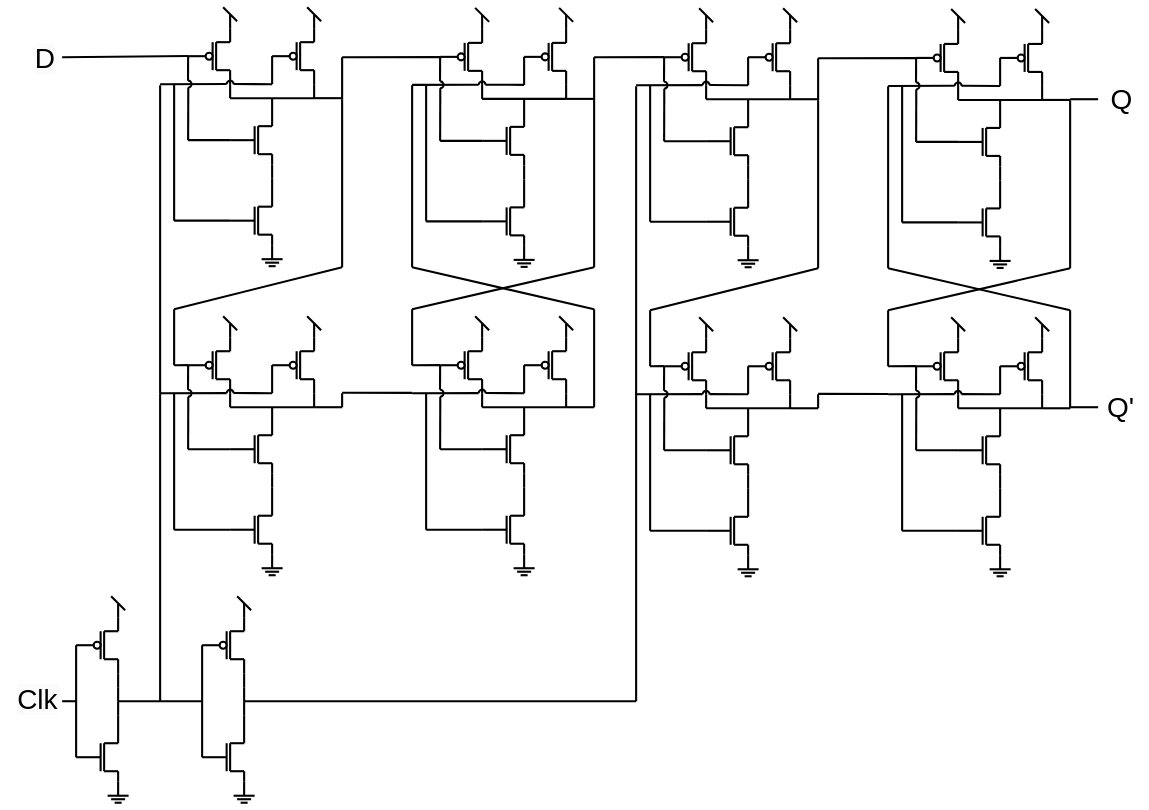
Earlier version of the draw.io diagram D-FlipFlop.drawio (Larshalvorhansen/icProsjekt). Source tidied: cells renumbered, new cells numbered last; positions are measured from the earlier drawing's top-left corner, leaving out a move shared by most shapes. Both pictures are drawn from the tidied source at 35%, with x=0, y=0 at pixel (16, 7).
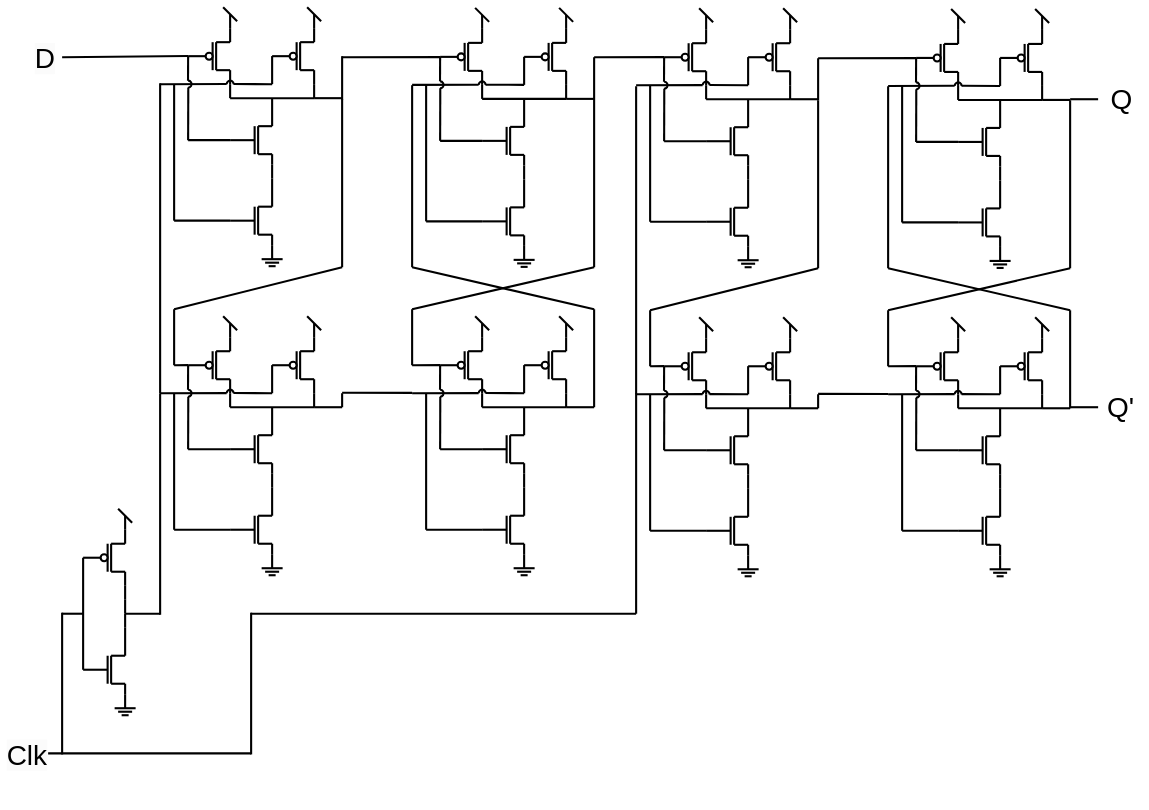
After the change.

What changed in the source:
```diff
@@
     <mxCell id="2" style="endArrow=none;html=1;rounded=0;strokeWidth=6;" parent="1" edge="1">
       <mxGeometry relative="1" as="geometry">
-        <mxPoint x="290" y="1783" as="sourcePoint" />
-        <mxPoint x="290" y="1743" as="targetPoint" />
+        <mxPoint x="310" y="1533" as="sourcePoint" />
+        <mxPoint x="310" y="1493" as="targetPoint" />
       </mxGeometry>
     </mxCell>
     <mxCell id="3" style="endArrow=none;html=1;rounded=0;strokeWidth=6;" parent="1" edge="1">
       <mxGeometry relative="1" as="geometry">
-        <mxPoint x="250" y="1863" as="sourcePoint" />
-        <mxPoint x="250" y="1783" as="targetPoint" />
+        <mxPoint x="270" y="1613" as="sourcePoint" />
+        <mxPoint x="270" y="1533" as="targetPoint" />
         <Array as="points">
-          <mxPoint x="250" y="1813" />
+          <mxPoint x="270" y="1563" />
         </Array>
       </mxGeometry>
     </mxCell>
     <mxCell id="4" style="endArrow=none;html=1;rounded=0;strokeWidth=6;" parent="1" edge="1">
       <mxGeometry relative="1" as="geometry">
-        <mxPoint x="240" y="1863" as="sourcePoint" />
-        <mxPoint x="240" y="1783" as="targetPoint" />
+        <mxPoint x="260" y="1613" as="sourcePoint" />
+        <mxPoint x="260" y="1533" as="targetPoint" />
         <Array as="points">
-          <mxPoint x="240" y="1813" />
+          <mxPoint x="260" y="1563" />
         </Array>
       </mxGeometry>
     </mxCell>
     <mxCell id="5" style="endArrow=none;html=1;rounded=0;strokeWidth=6;" parent="1" edge="1">
       <mxGeometry relative="1" as="geometry">
-        <mxPoint x="290" y="1783" as="sourcePoint" />
-        <mxPoint x="250" y="1783" as="targetPoint" />
+        <mxPoint x="310" y="1533" as="sourcePoint" />
+        <mxPoint x="270" y="1533" as="targetPoint" />
       </mxGeometry>
     </mxCell>
     <mxCell id="6" style="endArrow=none;html=1;rounded=0;strokeWidth=6;" parent="1" edge="1">
       <mxGeometry relative="1" as="geometry">
-        <mxPoint x="290" y="1903" as="sourcePoint" />
-        <mxPoint x="290" y="1863" as="targetPoint" />
+        <mxPoint x="310" y="1653" as="sourcePoint" />
+        <mxPoint x="310" y="1613" as="targetPoint" />
       </mxGeometry>
     </mxCell>
     <mxCell id="7" style="endArrow=none;html=1;rounded=0;strokeWidth=6;" parent="1" edge="1">
       <mxGeometry relative="1" as="geometry">
-        <mxPoint x="290" y="1863" as="sourcePoint" />
-        <mxPoint x="250" y="1863" as="targetPoint" />
+        <mxPoint x="310" y="1613" as="sourcePoint" />
+        <mxPoint x="270" y="1613" as="targetPoint" />
       </mxGeometry>
     </mxCell>
     <mxCell id="8" style="endArrow=none;html=1;rounded=0;strokeWidth=6;" parent="1" edge="1">
       <mxGeometry relative="1" as="geometry">
-        <mxPoint x="220" y="1823" as="sourcePoint" />
-        <mxPoint x="170" y="1823" as="targetPoint" />
+        <mxPoint x="240" y="1573" as="sourcePoint" />
+        <mxPoint x="190" y="1573" as="targetPoint" />
       </mxGeometry>
     </mxCell>
     <mxCell id="9" style="ellipse;whiteSpace=wrap;html=1;strokeWidth=6;" parent="1" vertex="1">
-      <mxGeometry x="220" y="1813" width="20" height="20" as="geometry" />
+      <mxGeometry x="240" y="1563" width="20" height="20" as="geometry" />
     </mxCell>
     <mxCell id="10" style="endArrow=none;html=1;rounded=0;strokeWidth=6;" parent="1" edge="1">
       <mxGeometry relative="1" as="geometry">
-        <mxPoint x="290" y="2103" as="sourcePoint" />
-        <mxPoint x="290" y="2023" as="targetPoint" />
+        <mxPoint x="310" y="1853" as="sourcePoint" />
+        <mxPoint x="310" y="1773" as="targetPoint" />
       </mxGeometry>
     </mxCell>
     <mxCell id="11" style="endArrow=none;html=1;rounded=0;strokeWidth=6;" parent="1" edge="1">
       <mxGeometry relative="1" as="geometry">
-        <mxPoint x="250" y="2183" as="sourcePoint" />
-        <mxPoint x="250" y="2103" as="targetPoint" />
+        <mxPoint x="270" y="1933" as="sourcePoint" />
+        <mxPoint x="270" y="1853" as="targetPoint" />
         <Array as="points">
-          <mxPoint x="250" y="2133" />
+          <mxPoint x="270" y="1883" />
         </Array>
       </mxGeometry>
     </mxCell>
     <mxCell id="12" style="endArrow=none;html=1;rounded=0;strokeWidth=6;" parent="1" edge="1">
       <mxGeometry relative="1" as="geometry">
-        <mxPoint x="240" y="2183" as="sourcePoint" />
-        <mxPoint x="240" y="2103" as="targetPoint" />
+        <mxPoint x="260" y="1933" as="sourcePoint" />
+        <mxPoint x="260" y="1853" as="targetPoint" />
         <Array as="points">
-          <mxPoint x="240" y="2133" />
+          <mxPoint x="260" y="1883" />
         </Array>
       </mxGeometry>
     </mxCell>
     <mxCell id="13" style="endArrow=none;html=1;rounded=0;strokeWidth=6;" parent="1" edge="1">
       <mxGeometry relative="1" as="geometry">
-        <mxPoint x="290" y="2103" as="sourcePoint" />
-        <mxPoint x="250" y="2103" as="targetPoint" />
+        <mxPoint x="310" y="1853" as="sourcePoint" />
+        <mxPoint x="270" y="1853" as="targetPoint" />
       </mxGeometry>
     </mxCell>
     <mxCell id="14" style="endArrow=none;html=1;rounded=0;strokeWidth=6;" parent="1" edge="1">
       <mxGeometry relative="1" as="geometry">
-        <mxPoint x="290" y="2213" as="sourcePoint" />
-        <mxPoint x="290" y="2183" as="targetPoint" />
+        <mxPoint x="310" y="1963" as="sourcePoint" />
+        <mxPoint x="310" y="1933" as="targetPoint" />
       </mxGeometry>
     </mxCell>
     <mxCell id="15" style="endArrow=none;html=1;rounded=0;strokeWidth=6;" parent="1" edge="1">
       <mxGeometry relative="1" as="geometry">
-        <mxPoint x="290" y="2183" as="sourcePoint" />
-        <mxPoint x="250" y="2183" as="targetPoint" />
+        <mxPoint x="310" y="1933" as="sourcePoint" />
+        <mxPoint x="270" y="1933" as="targetPoint" />
       </mxGeometry>
     </mxCell>
     <mxCell id="16" style="endArrow=none;html=1;rounded=0;strokeWidth=6;" parent="1" edge="1">
       <mxGeometry relative="1" as="geometry">
-        <mxPoint x="240" y="2143" as="sourcePoint" />
-        <mxPoint x="170" y="2143" as="targetPoint" />
+        <mxPoint x="260" y="1893" as="sourcePoint" />
+        <mxPoint x="190" y="1893" as="targetPoint" />
       </mxGeometry>
     </mxCell>
     <mxCell id="17" style="endArrow=none;html=1;rounded=0;strokeWidth=6;" parent="1" edge="1">
       <mxGeometry relative="1" as="geometry">
-        <mxPoint x="290" y="1703" as="sourcePoint" />
-        <mxPoint x="290" y="1743" as="targetPoint" />
+        <mxPoint x="310" y="1453" as="sourcePoint" />
+        <mxPoint x="310" y="1493" as="targetPoint" />
       </mxGeometry>
     </mxCell>
     <mxCell id="18" style="endArrow=none;html=1;rounded=0;strokeWidth=6;" parent="1" edge="1">
       <mxGeometry relative="1" as="geometry">
-        <mxPoint x="270" y="1683" as="sourcePoint" />
-        <mxPoint x="310" y="1723" as="targetPoint" />
+        <mxPoint x="290" y="1433" as="sourcePoint" />
+        <mxPoint x="330" y="1473" as="targetPoint" />
       </mxGeometry>
     </mxCell>
     <mxCell id="19" style="endArrow=none;html=1;rounded=0;strokeWidth=6;" parent="1" edge="1">
       <mxGeometry relative="1" as="geometry">
-        <mxPoint x="290" y="2253" as="sourcePoint" />
-        <mxPoint x="290" y="2213" as="targetPoint" />
+        <mxPoint x="310" y="2003" as="sourcePoint" />
+        <mxPoint x="310" y="1963" as="targetPoint" />
       </mxGeometry>
     </mxCell>
     <mxCell id="20" style="endArrow=none;html=1;rounded=0;strokeWidth=6;" parent="1" edge="1">
       <mxGeometry relative="1" as="geometry">
-        <mxPoint x="260" y="2253" as="sourcePoint" />
-        <mxPoint x="320" y="2253" as="targetPoint" />
+        <mxPoint x="280" y="2003" as="sourcePoint" />
+        <mxPoint x="340" y="2003" as="targetPoint" />
       </mxGeometry>
     </mxCell>
     <mxCell id="21" style="endArrow=none;html=1;rounded=0;strokeWidth=6;" parent="1" edge="1">
       <mxGeometry relative="1" as="geometry">
-        <mxPoint x="280" y="2273" as="sourcePoint" />
-        <mxPoint x="300" y="2273" as="targetPoint" />
+        <mxPoint x="300" y="2023" as="sourcePoint" />
+        <mxPoint x="320" y="2023" as="targetPoint" />
       </mxGeometry>
     </mxCell>
     <mxCell id="22" style="endArrow=none;html=1;rounded=0;strokeWidth=6;" parent="1" edge="1">
       <mxGeometry relative="1" as="geometry">
-        <mxPoint x="290" y="2273" as="sourcePoint" />
-        <mxPoint x="290" y="2273" as="targetPoint" />
+        <mxPoint x="310" y="2023" as="sourcePoint" />
+        <mxPoint x="310" y="2023" as="targetPoint" />
       </mxGeometry>
     </mxCell>
     <mxCell id="23" style="endArrow=none;html=1;rounded=0;strokeWidth=6;" parent="1" edge="1">
       <mxGeometry relative="1" as="geometry">
-        <mxPoint x="270" y="2263" as="sourcePoint" />
-        <mxPoint x="310" y="2263" as="targetPoint" />
+        <mxPoint x="290" y="2013" as="sourcePoint" />
+        <mxPoint x="330" y="2013" as="targetPoint" />
       </mxGeometry>
     </mxCell>
     <mxCell id="24" style="endArrow=none;html=1;rounded=0;strokeWidth=6;" parent="1" edge="1">
       <mxGeometry relative="1" as="geometry">
-        <mxPoint x="290" y="1943" as="sourcePoint" />
-        <mxPoint x="290" y="1903" as="targetPoint" />
+        <mxPoint x="310" y="1693" as="sourcePoint" />
+        <mxPoint x="310" y="1653" as="targetPoint" />
       </mxGeometry>
     </mxCell>
     <mxCell id="25" style="endArrow=none;html=1;rounded=0;strokeWidth=6;" parent="1" edge="1">
       <mxGeometry relative="1" as="geometry">
-        <mxPoint x="170" y="2143" as="sourcePoint" />
-        <mxPoint x="170" y="1823" as="targetPoint" />
+        <mxPoint x="190" y="1893" as="sourcePoint" />
+        <mxPoint x="190" y="1573" as="targetPoint" />
       </mxGeometry>
     </mxCell>
     <mxCell id="26" style="endArrow=none;html=1;rounded=0;strokeWidth=6;" parent="1" edge="1">
       <mxGeometry relative="1" as="geometry">
-        <mxPoint x="130" y="1983" as="sourcePoint" />
-        <mxPoint x="170" y="1983" as="targetPoint" />
+        <mxPoint x="130" y="1733" as="sourcePoint" />
+        <mxPoint x="190" y="1733" as="targetPoint" />
       </mxGeometry>
     </mxCell>
     <mxCell id="27" style="endArrow=none;html=1;rounded=0;strokeWidth=6;" parent="1" edge="1">
       <mxGeometry relative="1" as="geometry">
-        <mxPoint x="290" y="1983" as="sourcePoint" />
-        <mxPoint x="290" y="1943" as="targetPoint" />
+        <mxPoint x="310" y="1733" as="sourcePoint" />
+        <mxPoint x="310" y="1693" as="targetPoint" />
       </mxGeometry>
     </mxCell>
     <mxCell id="28" style="endArrow=none;html=1;rounded=0;strokeWidth=6;" parent="1" edge="1">
       <mxGeometry relative="1" as="geometry">
-        <mxPoint x="290" y="1983" as="sourcePoint" />
-        <mxPoint x="290" y="2023" as="targetPoint" />
+        <mxPoint x="310" y="1733" as="sourcePoint" />
+        <mxPoint x="310" y="1773" as="targetPoint" />
       </mxGeometry>
     </mxCell>
     <mxCell id="29" style="endArrow=none;html=1;rounded=0;strokeWidth=6;" parent="1" edge="1">
       <mxGeometry relative="1" as="geometry">
-        <mxPoint x="410" y="1983" as="sourcePoint" />
-        <mxPoint x="290" y="1983" as="targetPoint" />
+        <mxPoint x="410" y="1733" as="sourcePoint" />
+        <mxPoint x="310" y="1733" as="targetPoint" />
       </mxGeometry>
     </mxCell>
-    <mxCell id="30" style="endArrow=none;html=1;rounded=0;strokeWidth=6;" parent="1" edge="1">
-      <mxGeometry relative="1" as="geometry">
-        <mxPoint x="650" y="1783" as="sourcePoint" />
-        <mxPoint x="650" y="1743" as="targetPoint" />
-      </mxGeometry>
-    </mxCell>
-    <mxCell id="31" style="endArrow=none;html=1;rounded=0;strokeWidth=6;" parent="1" edge="1">
-      <mxGeometry relative="1" as="geometry">
-        <mxPoint x="610" y="1863" as="sourcePoint" />
-        <mxPoint x="610" y="1783" as="targetPoint" />
-        <Array as="points">
-          <mxPoint x="610" y="1813" />
-        </Array>
-      </mxGeometry>
-    </mxCell>
-    <mxCell id="32" style="endArrow=none;html=1;rounded=0;strokeWidth=6;" parent="1" edge="1">
-      <mxGeometry relative="1" as="geometry">
-        <mxPoint x="600" y="1863" as="sourcePoint" />
-        <mxPoint x="600" y="1783" as="targetPoint" />
-        <Array as="points">
-          <mxPoint x="600" y="1813" />
-        </Array>
-      </mxGeometry>
-    </mxCell>
-    <mxCell id="33" style="endArrow=none;html=1;rounded=0;strokeWidth=6;" parent="1" edge="1">
-      <mxGeometry relative="1" as="geometry">
-        <mxPoint x="650" y="1783" as="sourcePoint" />
-        <mxPoint x="610" y="1783" as="targetPoint" />
-      </mxGeometry>
-    </mxCell>
-    <mxCell id="34" style="endArrow=none;html=1;rounded=0;strokeWidth=6;" parent="1" edge="1">
-      <mxGeometry relative="1" as="geometry">
-        <mxPoint x="650" y="1903" as="sourcePoint" />
-        <mxPoint x="650" y="1863" as="targetPoint" />
-      </mxGeometry>
-    </mxCell>
-    <mxCell id="35" style="endArrow=none;html=1;rounded=0;strokeWidth=6;" parent="1" edge="1">
-      <mxGeometry relative="1" as="geometry">
-        <mxPoint x="650" y="1863" as="sourcePoint" />
-        <mxPoint x="610" y="1863" as="targetPoint" />
-      </mxGeometry>
-    </mxCell>
-    <mxCell id="36" style="endArrow=none;html=1;rounded=0;strokeWidth=6;" parent="1" edge="1">
-      <mxGeometry relative="1" as="geometry">
-        <mxPoint x="580" y="1823" as="sourcePoint" />
-        <mxPoint x="530" y="1823" as="targetPoint" />
-      </mxGeometry>
-    </mxCell>
-    <mxCell id="37" style="ellipse;whiteSpace=wrap;html=1;strokeWidth=6;" parent="1" vertex="1">
-      <mxGeometry x="580" y="1813" width="20" height="20" as="geometry" />
-    </mxCell>
-    <mxCell id="38" style="endArrow=none;html=1;rounded=0;strokeWidth=6;" parent="1" edge="1">
-      <mxGeometry relative="1" as="geometry">
-        <mxPoint x="650" y="2103" as="sourcePoint" />
-        <mxPoint x="650" y="2023" as="targetPoint" />
-      </mxGeometry>
-    </mxCell>
-    <mxCell id="39" style="endArrow=none;html=1;rounded=0;strokeWidth=6;" parent="1" edge="1">
-      <mxGeometry relative="1" as="geometry">
-        <mxPoint x="610" y="2183" as="sourcePoint" />
-        <mxPoint x="610" y="2103" as="targetPoint" />
-        <Array as="points">
-          <mxPoint x="610" y="2133" />
-        </Array>
-      </mxGeometry>
-    </mxCell>
-    <mxCell id="40" style="endArrow=none;html=1;rounded=0;strokeWidth=6;" parent="1" edge="1">
-      <mxGeometry relative="1" as="geometry">
-        <mxPoint x="600" y="2183" as="sourcePoint" />
-        <mxPoint x="600" y="2103" as="targetPoint" />
-        <Array as="points">
-          <mxPoint x="600" y="2133" />
-        </Array>
-      </mxGeometry>
-    </mxCell>
-    <mxCell id="41" style="endArrow=none;html=1;rounded=0;strokeWidth=6;" parent="1" edge="1">
-      <mxGeometry relative="1" as="geometry">
-        <mxPoint x="650" y="2103" as="sourcePoint" />
-        <mxPoint x="610" y="2103" as="targetPoint" />
-      </mxGeometry>
-    </mxCell>
-    <mxCell id="42" style="endArrow=none;html=1;rounded=0;strokeWidth=6;" parent="1" edge="1">
-      <mxGeometry relative="1" as="geometry">
-        <mxPoint x="650" y="2213" as="sourcePoint" />
-        <mxPoint x="650" y="2183" as="targetPoint" />
-      </mxGeometry>
-    </mxCell>
-    <mxCell id="43" style="endArrow=none;html=1;rounded=0;strokeWidth=6;" parent="1" edge="1">
-      <mxGeometry relative="1" as="geometry">
-        <mxPoint x="650" y="2183" as="sourcePoint" />
-        <mxPoint x="610" y="2183" as="targetPoint" />
-      </mxGeometry>
-    </mxCell>
-    <mxCell id="44" style="endArrow=none;html=1;rounded=0;strokeWidth=6;" parent="1" edge="1">
-      <mxGeometry relative="1" as="geometry">
-        <mxPoint x="600" y="2143" as="sourcePoint" />
-        <mxPoint x="530" y="2143" as="targetPoint" />
-      </mxGeometry>
-    </mxCell>
-    <mxCell id="45" style="endArrow=none;html=1;rounded=0;strokeWidth=6;" parent="1" edge="1">
-      <mxGeometry relative="1" as="geometry">
-        <mxPoint x="650" y="1703" as="sourcePoint" />
-        <mxPoint x="650" y="1743" as="targetPoint" />
-      </mxGeometry>
-    </mxCell>
-    <mxCell id="46" style="endArrow=none;html=1;rounded=0;strokeWidth=6;" parent="1" edge="1">
-      <mxGeometry relative="1" as="geometry">
-        <mxPoint x="630" y="1683" as="sourcePoint" />
-        <mxPoint x="670" y="1723" as="targetPoint" />
-      </mxGeometry>
-    </mxCell>
-    <mxCell id="47" style="endArrow=none;html=1;rounded=0;strokeWidth=6;" parent="1" edge="1">
-      <mxGeometry relative="1" as="geometry">
-        <mxPoint x="650" y="2253" as="sourcePoint" />
-        <mxPoint x="650" y="2213" as="targetPoint" />
-      </mxGeometry>
-    </mxCell>
-    <mxCell id="48" style="endArrow=none;html=1;rounded=0;strokeWidth=6;" parent="1" edge="1">
-      <mxGeometry relative="1" as="geometry">
-        <mxPoint x="620" y="2253" as="sourcePoint" />
-        <mxPoint x="680" y="2253" as="targetPoint" />
-      </mxGeometry>
-    </mxCell>
-    <mxCell id="49" style="endArrow=none;html=1;rounded=0;strokeWidth=6;" parent="1" edge="1">
-      <mxGeometry relative="1" as="geometry">
-        <mxPoint x="640" y="2273" as="sourcePoint" />
-        <mxPoint x="660" y="2273" as="targetPoint" />
-      </mxGeometry>
-    </mxCell>
-    <mxCell id="50" style="endArrow=none;html=1;rounded=0;strokeWidth=6;" parent="1" edge="1">
-      <mxGeometry relative="1" as="geometry">
-        <mxPoint x="650" y="2273" as="sourcePoint" />
-        <mxPoint x="650" y="2273" as="targetPoint" />
-      </mxGeometry>
-    </mxCell>
-    <mxCell id="51" style="endArrow=none;html=1;rounded=0;strokeWidth=6;" parent="1" edge="1">
-      <mxGeometry relative="1" as="geometry">
-        <mxPoint x="630" y="2263" as="sourcePoint" />
-        <mxPoint x="670" y="2263" as="targetPoint" />
-      </mxGeometry>
-    </mxCell>
-    <mxCell id="52" style="endArrow=none;html=1;rounded=0;strokeWidth=6;" parent="1" edge="1">
-      <mxGeometry relative="1" as="geometry">
-        <mxPoint x="650" y="1943" as="sourcePoint" />
-        <mxPoint x="650" y="1903" as="targetPoint" />
-      </mxGeometry>
-    </mxCell>
-    <mxCell id="53" style="endArrow=none;html=1;rounded=0;strokeWidth=6;" parent="1" edge="1">
-      <mxGeometry relative="1" as="geometry">
-        <mxPoint x="530" y="2143" as="sourcePoint" />
-        <mxPoint x="530" y="1823" as="targetPoint" />
-      </mxGeometry>
-    </mxCell>
-    <mxCell id="54" style="endArrow=none;html=1;rounded=0;strokeWidth=6;" parent="1" edge="1">
-      <mxGeometry relative="1" as="geometry">
-        <mxPoint x="410" y="1983" as="sourcePoint" />
-        <mxPoint x="530" y="1983" as="targetPoint" />
-      </mxGeometry>
-    </mxCell>
-    <mxCell id="55" style="endArrow=none;html=1;rounded=0;strokeWidth=6;" parent="1" edge="1">
-      <mxGeometry relative="1" as="geometry">
-        <mxPoint x="650" y="1983" as="sourcePoint" />
-        <mxPoint x="650" y="1943" as="targetPoint" />
-      </mxGeometry>
-    </mxCell>
-    <mxCell id="56" style="endArrow=none;html=1;rounded=0;strokeWidth=6;" parent="1" edge="1">
-      <mxGeometry relative="1" as="geometry">
-        <mxPoint x="650" y="1983" as="sourcePoint" />
-        <mxPoint x="650" y="2023" as="targetPoint" />
-      </mxGeometry>
-    </mxCell>
     <mxCell id="57" style="endArrow=none;html=1;rounded=0;strokeWidth=6;" parent="1" edge="1">
       <mxGeometry relative="1" as="geometry">
-        <mxPoint x="1770" y="1983" as="sourcePoint" />
-        <mxPoint x="650" y="1983" as="targetPoint" />
+        <mxPoint x="1770" y="1733" as="sourcePoint" />
+        <mxPoint x="670" y="1733" as="targetPoint" />
       </mxGeometry>
     </mxCell>
     <mxCell id="58" style="endArrow=none;html=1;rounded=0;strokeWidth=6;" parent="1" edge="1">
       <mxGeometry relative="1" as="geometry">
-        <mxPoint x="410" y="1983" as="sourcePoint" />
+        <mxPoint x="410" y="1736" as="sourcePoint" />
         <mxPoint x="410" y="1103" as="targetPoint" />
       </mxGeometry>
     </mxCell>
@@
     <mxCell id="171" style="endArrow=none;html=1;rounded=0;strokeWidth=6;" parent="1" edge="1">
       <mxGeometry relative="1" as="geometry">
-        <mxPoint x="410" y="1103" as="sourcePoint" />
-        <mxPoint x="410" y="223" as="targetPoint" />
+        <mxPoint x="410" y="1102" as="sourcePoint" />
+        <mxPoint x="410" y="217" as="targetPoint" />
       </mxGeometry>
     </mxCell>
@@
     <mxCell id="287" style="endArrow=none;html=1;rounded=0;strokeWidth=6;" parent="1" edge="1">
       <mxGeometry relative="1" as="geometry">
-        <mxPoint x="930" y="143" as="sourcePoint" />
-        <mxPoint x="930" y="263" as="targetPoint" />
+        <mxPoint x="930" y="140" as="sourcePoint" />
+        <mxPoint x="930" y="265" as="targetPoint" />
       </mxGeometry>
     </mxCell>
@@
     <mxCell id="533" style="endArrow=none;html=1;rounded=0;strokeWidth=6;" parent="1" edge="1">
       <mxGeometry relative="1" as="geometry">
         <mxPoint x="1770" y="1103" as="sourcePoint" />
-        <mxPoint x="1770" y="1983" as="targetPoint" />
+        <mxPoint x="1770" y="1733" as="targetPoint" />
       </mxGeometry>
     </mxCell>
@@
     <mxCell id="538" value="&lt;span style=&quot;caret-color: rgb(0, 0, 0); color: rgb(0, 0, 0); font-family: Helvetica; font-size: 80px; font-style: normal; font-variant-caps: normal; font-weight: 400; letter-spacing: normal; text-align: left; text-indent: 0px; text-transform: none; word-spacing: 0px; -webkit-text-stroke-width: 0px; background-color: rgb(251, 251, 251); text-decoration: none; float: none; display: inline !important;&quot;&gt;Clk&lt;/span&gt;" style="text;whiteSpace=wrap;html=1;strokeWidth=6;" parent="1" vertex="1">
-      <mxGeometry y="1923" width="110" height="120" as="geometry" />
+      <mxGeometry x="-30" y="2083" width="110" height="120" as="geometry" />
     </mxCell>
@@
+    <mxCell id="540" style="endArrow=none;html=1;rounded=0;strokeWidth=6;" parent="1" edge="1">
+      <mxGeometry relative="1" as="geometry">
+        <mxPoint x="90" y="2132" as="sourcePoint" />
+        <mxPoint x="670" y="2132" as="targetPoint" />
+      </mxGeometry>
+    </mxCell>
+    <mxCell id="541" style="endArrow=none;html=1;rounded=0;strokeWidth=6;" parent="1" edge="1">
+      <mxGeometry relative="1" as="geometry">
+        <mxPoint x="670" y="2135" as="sourcePoint" />
+        <mxPoint x="670" y="1730" as="targetPoint" />
+      </mxGeometry>
+    </mxCell>
+    <mxCell id="542" style="endArrow=none;html=1;rounded=0;strokeWidth=6;" parent="1" edge="1">
+      <mxGeometry relative="1" as="geometry">
+        <mxPoint x="130" y="1730" as="sourcePoint" />
+        <mxPoint x="130" y="2135" as="targetPoint" />
+      </mxGeometry>
+    </mxCell>
```
